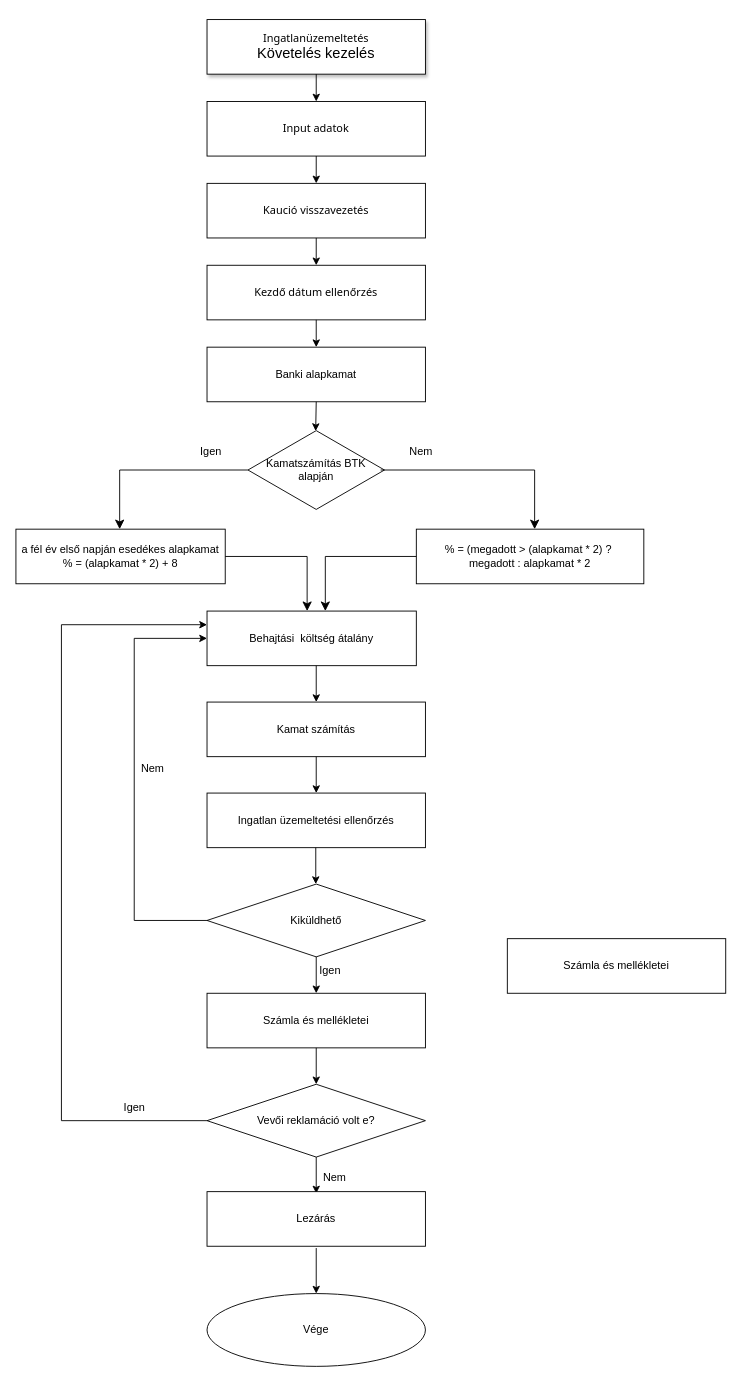
Cgyulas0525/indotek_erp keeps this draw.io diagram as assets.drawio. Above is the earlier version. Source tidied: cells renumbered, new cells numbered last; positions are measured from the earlier drawing's top-left corner, leaving out a move shared by most shapes. Both pictures are drawn from the tidied source at 91%, with x=0, y=0 at pixel (15, 19).
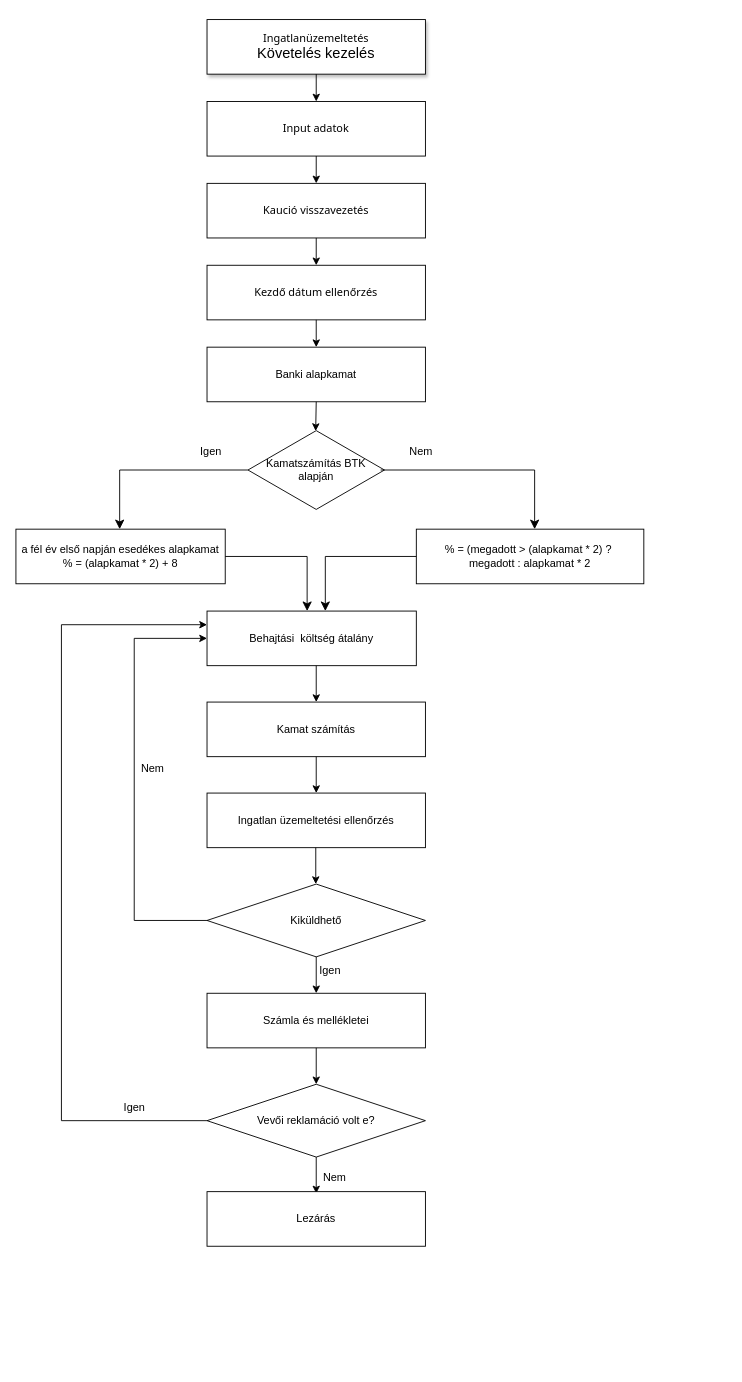
The same page after the edit.

What changed in the source:
```diff
@@
-    <mxCell id="26" value="Vége" style="ellipse;whiteSpace=wrap;html=1;" parent="1" vertex="1">
-      <mxGeometry x="210" y="1400" width="240" height="80" as="geometry" />
-    </mxCell>
@@
-    <mxCell id="34" value="Számla és mellékletei&lt;div&gt;&lt;/div&gt;" style="whiteSpace=wrap;html=1;" parent="1" vertex="1">
-      <mxGeometry x="540" y="1010" width="240" height="60" as="geometry" />
-    </mxCell>
@@
-    <mxCell id="42" style="edgeStyle=none;orthogonalLoop=1;jettySize=auto;html=1;rounded=0;" parent="1" edge="1">
-      <mxGeometry relative="1" as="geometry">
-        <mxPoint x="330" y="1350" as="sourcePoint" />
-        <mxPoint x="330" y="1400" as="targetPoint" />
-      </mxGeometry>
-    </mxCell>
```
